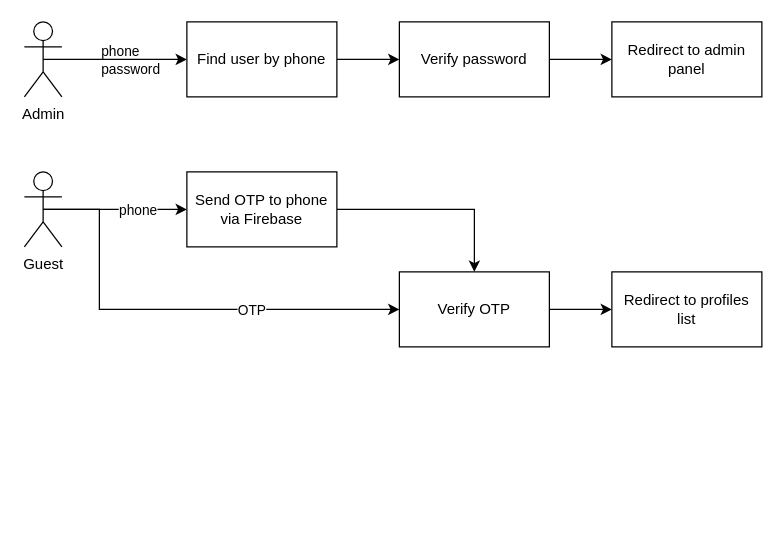
Before: page "Authorize" (3 of 4) of docs/design.drawio in censodev/aptech_prj600, a draw.io diagram. Source tidied: cells renumbered, new cells numbered last; positions are measured from the earlier drawing's top-left corner, leaving out a move shared by most shapes. Both pictures are drawn from the tidied source at 125%, with x=0, y=0 at pixel (24, 21).
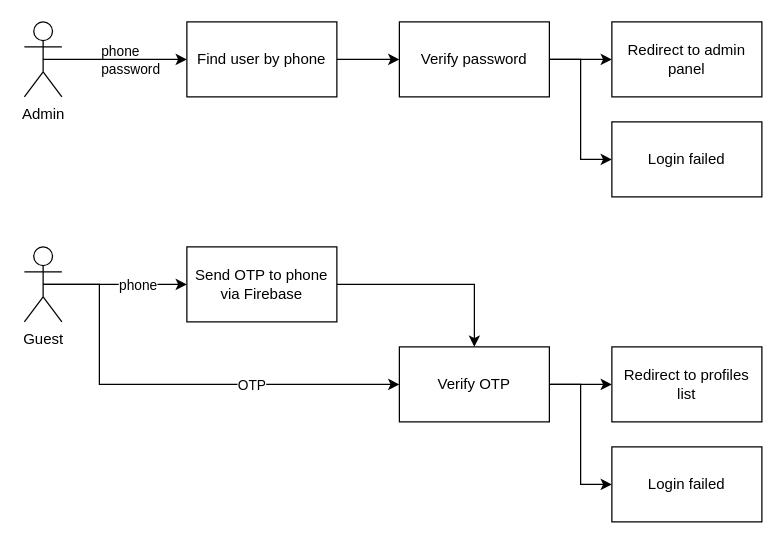
The same diagram, later.

The change refers to these unchanged cells:
```xml
<mxCell id="13" value="Verify password" style="rounded=0;whiteSpace=wrap;html=1;labelBackgroundColor=none;align=center;" parent="1" vertex="1">
  <mxGeometry x="300" width="120" height="60" as="geometry" />
</mxCell>
```

Diff of the diagram source:
```diff
@@
     <mxCell id="5" style="edgeStyle=orthogonalEdgeStyle;rounded=0;jettySize=auto;html=1;exitX=0.5;exitY=0.5;exitDx=0;exitDy=0;exitPerimeter=0;entryX=0;entryY=0.5;entryDx=0;entryDy=0;endArrow=classic;endFill=1;" parent="1" edge="1" source="9" target="16">
       <mxGeometry relative="1" as="geometry">
         <Array as="points">
-          <mxPoint x="70" y="150" />
-          <mxPoint x="70" y="150" />
+          <mxPoint x="70" y="210" />
+          <mxPoint x="70" y="210" />
         </Array>
       </mxGeometry>
     </mxCell>
@@
     <mxCell id="7" style="edgeStyle=orthogonalEdgeStyle;rounded=0;jettySize=auto;html=1;exitX=0.5;exitY=0.5;exitDx=0;exitDy=0;exitPerimeter=0;entryX=0;entryY=0.5;entryDx=0;entryDy=0;endArrow=classic;endFill=1;" parent="1" edge="1" source="9" target="18">
       <mxGeometry relative="1" as="geometry">
         <Array as="points">
-          <mxPoint x="60" y="150" />
-          <mxPoint x="60" y="230" />
+          <mxPoint x="60" y="210" />
+          <mxPoint x="60" y="290" />
         </Array>
       </mxGeometry>
     </mxCell>
@@
     <mxCell id="9" value="Guest" style="shape=umlActor;verticalLabelPosition=bottom;verticalAlign=top;html=1;outlineConnect=0;" parent="1" vertex="1">
-      <mxGeometry y="120" width="30" height="60" as="geometry" />
+      <mxGeometry y="180" width="30" height="60" as="geometry" />
     </mxCell>
@@
+    <mxCell id="20" style="edgeStyle=orthogonalEdgeStyle;rounded=0;jettySize=auto;html=1;exitX=1;exitY=0.5;exitDx=0;exitDy=0;entryX=0;entryY=0.5;entryDx=0;entryDy=0;" parent="1" edge="1" source="13" target="22">
+      <mxGeometry relative="1" as="geometry" />
+    </mxCell>
@@
     <mxCell id="16" value="Send OTP to phone via Firebase" style="rounded=0;whiteSpace=wrap;html=1;labelBackgroundColor=none;align=center;" parent="1" vertex="1">
-      <mxGeometry x="130" y="120" width="120" height="60" as="geometry" />
+      <mxGeometry x="130" y="180" width="120" height="60" as="geometry" />
     </mxCell>
@@
+    <mxCell id="21" style="edgeStyle=orthogonalEdgeStyle;rounded=0;jettySize=auto;html=1;exitX=1;exitY=0.5;exitDx=0;exitDy=0;entryX=0;entryY=0.5;entryDx=0;entryDy=0;" parent="1" edge="1" source="18" target="23">
+      <mxGeometry relative="1" as="geometry" />
+    </mxCell>
     <mxCell id="18" value="Verify OTP" style="rounded=0;whiteSpace=wrap;html=1;labelBackgroundColor=none;align=center;" parent="1" vertex="1">
-      <mxGeometry x="300" y="200" width="120" height="60" as="geometry" />
+      <mxGeometry x="300" y="260" width="120" height="60" as="geometry" />
     </mxCell>
     <mxCell id="19" value="Redirect to profiles list" style="rounded=0;whiteSpace=wrap;html=1;labelBackgroundColor=none;align=center;" parent="1" vertex="1">
-      <mxGeometry x="470" y="200" width="120" height="60" as="geometry" />
+      <mxGeometry x="470" y="260" width="120" height="60" as="geometry" />
     </mxCell>
+    <mxCell id="22" value="Login failed" style="rounded=0;whiteSpace=wrap;html=1;labelBackgroundColor=none;align=center;" parent="1" vertex="1">
+      <mxGeometry x="470" y="80" width="120" height="60" as="geometry" />
+    </mxCell>
+    <mxCell id="23" value="Login failed" style="rounded=0;whiteSpace=wrap;html=1;labelBackgroundColor=none;align=center;" parent="1" vertex="1">
+      <mxGeometry x="470" y="340" width="120" height="60" as="geometry" />
+    </mxCell>
```
